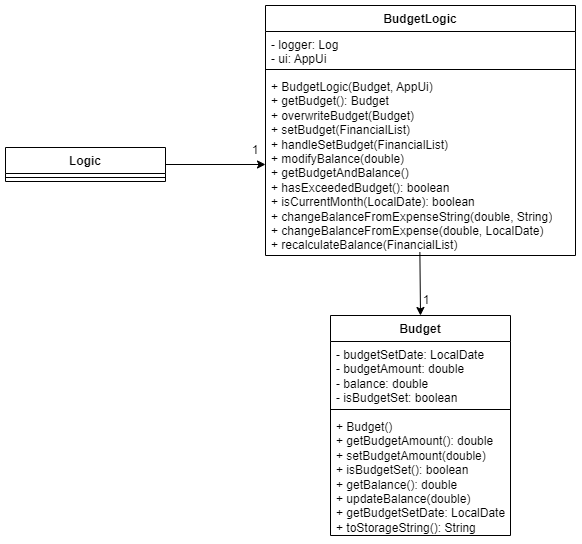
Before: docs/UML/Budget.png, a diagram exported from draw.io (nus-cs2113-AY2425S1/tp). Source tidied: cells renumbered, new cells last; positions are measured from the earlier drawing's top-left corner, leaving out a move shared by most shapes. Its diagram source:
```xml
<mxGraphModel>
  <root>
    <mxCell id="0" />
    <mxCell id="1" parent="0" />
    <mxCell id="2" value="Budget" style="swimlane;fontStyle=1;align=center;verticalAlign=top;horizontal=1;startSize=26;whiteSpace=wrap;html=1;" parent="1" vertex="1">
      <mxGeometry x="325" y="310" width="180" height="220" as="geometry" />
    </mxCell>
    <mxCell id="3" value="- budgetSetDate: LocalDate&lt;div&gt;- budgetAmount: double&lt;/div&gt;&lt;div&gt;- balance: double&lt;/div&gt;&lt;div&gt;- isBudgetSet: boolean&lt;br&gt;&lt;div&gt;&lt;br&gt;&lt;/div&gt;&lt;/div&gt;" style="text;strokeColor=none;fillColor=none;align=left;verticalAlign=top;spacingLeft=4;spacingRight=4;overflow=hidden;whiteSpace=wrap;html=1;" parent="2" vertex="1">
      <mxGeometry y="26" width="180" height="64" as="geometry" />
    </mxCell>
    <mxCell id="4" style="line;strokeWidth=1;fillColor=none;align=left;verticalAlign=middle;spacingTop=-1;spacingLeft=3;spacingRight=3;labelPosition=right;strokeColor=inherit;" parent="2" vertex="1">
      <mxGeometry y="90" width="180" height="8" as="geometry" />
    </mxCell>
    <mxCell id="5" value="+ Budget()&lt;div&gt;+ getBudgetAmount(): double&lt;/div&gt;&lt;div&gt;+ setBudgetAmount(double)&lt;/div&gt;&lt;div&gt;+ isBudgetSet(): boolean&lt;/div&gt;&lt;div&gt;+ getBalance(): double&lt;/div&gt;&lt;div&gt;+ updateBalance(double)&lt;/div&gt;&lt;div&gt;+ getBudgetSetDate: LocalDate&lt;/div&gt;&lt;div&gt;+ toStorageString(): String&lt;/div&gt;" style="text;strokeColor=none;fillColor=none;align=left;verticalAlign=top;spacingLeft=4;spacingRight=4;overflow=hidden;whiteSpace=wrap;html=1;" parent="2" vertex="1">
      <mxGeometry y="98" width="180" height="122" as="geometry" />
    </mxCell>
    <mxCell id="6" value="BudgetLogic" style="swimlane;fontStyle=1;align=center;verticalAlign=top;horizontal=1;startSize=26;whiteSpace=wrap;html=1;" parent="1" vertex="1">
      <mxGeometry x="260" width="310" height="250" as="geometry" />
    </mxCell>
    <mxCell id="7" value="- logger: Log&lt;div&gt;- ui: AppUi&lt;/div&gt;" style="text;strokeColor=none;fillColor=none;align=left;verticalAlign=top;spacingLeft=4;spacingRight=4;overflow=hidden;whiteSpace=wrap;html=1;" parent="6" vertex="1">
      <mxGeometry y="26" width="310" height="34" as="geometry" />
    </mxCell>
    <mxCell id="8" style="line;strokeWidth=1;fillColor=none;align=left;verticalAlign=middle;spacingTop=-1;spacingLeft=3;spacingRight=3;labelPosition=right;strokeColor=inherit;" parent="6" vertex="1">
      <mxGeometry y="60" width="310" height="8" as="geometry" />
    </mxCell>
    <mxCell id="9" value="+ BudgetLogic(Budget, AppUi)&lt;div&gt;+ getBudget(): Budget&lt;br&gt;&lt;div&gt;+ overwriteBudget(Budget)&lt;/div&gt;&lt;div&gt;+ setBudget(FinancialList)&lt;/div&gt;&lt;div&gt;+ handleSetBudget(FinancialList)&lt;/div&gt;&lt;/div&gt;&lt;div&gt;+ modifyBalance(double)&lt;/div&gt;&lt;div&gt;+ getBudgetAndBalance()&lt;/div&gt;&lt;div&gt;+ hasExceededBudget(): boolean&lt;/div&gt;&lt;div&gt;+ isCurrentMonth(LocalDate): boolean&lt;/div&gt;&lt;div&gt;+ changeBalanceFromExpenseString(double, String)&lt;/div&gt;&lt;div&gt;+ changeBalanceFromExpense(double, LocalDate)&lt;/div&gt;&lt;div&gt;+ recalculateBalance(FinancialList)&lt;/div&gt;&lt;div&gt;&lt;br&gt;&lt;/div&gt;" style="text;strokeColor=none;fillColor=none;align=left;verticalAlign=top;spacingLeft=4;spacingRight=4;overflow=hidden;points=[[0,0.5],[1,0.5]];portConstraint=eastwest;whiteSpace=wrap;html=1;" parent="6" vertex="1">
      <mxGeometry y="68" width="310" height="182" as="geometry" />
    </mxCell>
    <mxCell id="10" style="endArrow=classic;html=1;rounded=0;exitX=0.498;exitY=0.982;exitDx=0;exitDy=0;exitPerimeter=0;entryX=0.5;entryY=0;entryDx=0;entryDy=0;" parent="1" edge="1" source="9" target="2">
      <mxGeometry relative="1" as="geometry" />
    </mxCell>
    <mxCell id="11" value="1" style="text;html=1;align=center;verticalAlign=middle;whiteSpace=wrap;rounded=0;" parent="1" vertex="1">
      <mxGeometry x="391" y="280" width="60" height="30" as="geometry" />
    </mxCell>
    <mxCell id="12" value="Logic" style="swimlane;fontStyle=1;align=center;verticalAlign=top;horizontal=1;startSize=26;whiteSpace=wrap;html=1;" parent="1" vertex="1">
      <mxGeometry y="142" width="160" height="34" as="geometry" />
    </mxCell>
    <mxCell id="13" style="line;strokeWidth=1;fillColor=none;align=left;verticalAlign=middle;spacingTop=-1;spacingLeft=3;spacingRight=3;labelPosition=right;strokeColor=inherit;" parent="12" vertex="1">
      <mxGeometry y="26" width="160" height="8" as="geometry" />
    </mxCell>
    <mxCell id="14" style="edgeStyle=orthogonalEdgeStyle;rounded=0;jettySize=auto;html=1;exitX=1;exitY=0.5;exitDx=0;exitDy=0;entryX=0;entryY=0.5;entryDx=0;entryDy=0;" parent="1" edge="1" source="12" target="9">
      <mxGeometry relative="1" as="geometry" />
    </mxCell>
    <mxCell id="15" value="1" style="text;html=1;align=center;verticalAlign=middle;whiteSpace=wrap;rounded=0;" parent="1" vertex="1">
      <mxGeometry x="220" y="130" width="60" height="30" as="geometry" />
    </mxCell>
  </root>
</mxGraphModel>
```
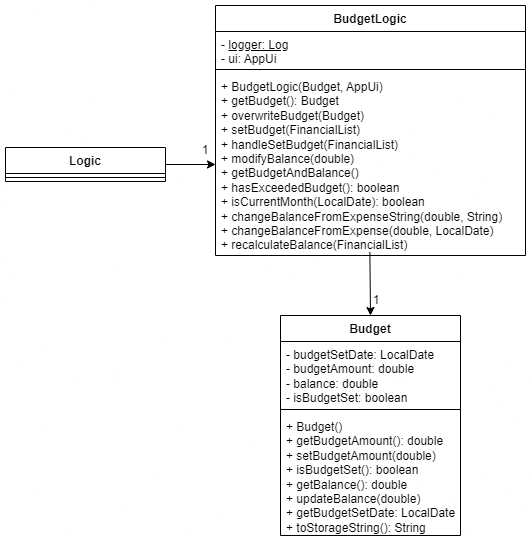
Above is the later version.

The edit, as a diff of the source:
```diff
@@ -17,7 +17,7 @@
     <mxCell id="6" value="BudgetLogic" style="swimlane;fontStyle=1;align=center;verticalAlign=top;horizontal=1;startSize=26;whiteSpace=wrap;html=1;" parent="1" vertex="1">
       <mxGeometry x="260" width="310" height="250" as="geometry" />
     </mxCell>
-    <mxCell id="7" value="- logger: Log&lt;div&gt;- ui: AppUi&lt;/div&gt;" style="text;strokeColor=none;fillColor=none;align=left;verticalAlign=top;spacingLeft=4;spacingRight=4;overflow=hidden;whiteSpace=wrap;html=1;" parent="6" vertex="1">
+    <mxCell id="7" value="- &lt;u&gt;logger: Log&lt;/u&gt;&lt;div&gt;- ui: AppUi&lt;/div&gt;" style="text;strokeColor=none;fillColor=none;align=left;verticalAlign=top;spacingLeft=4;spacingRight=4;overflow=hidden;whiteSpace=wrap;html=1;" parent="6" vertex="1">
       <mxGeometry y="26" width="310" height="34" as="geometry" />
     </mxCell>
     <mxCell id="8" style="line;strokeWidth=1;fillColor=none;align=left;verticalAlign=middle;spacingTop=-1;spacingLeft=3;spacingRight=3;labelPosition=right;strokeColor=inherit;" parent="6" vertex="1">
@@ -33,7 +33,7 @@
       <mxGeometry x="391" y="280" width="60" height="30" as="geometry" />
     </mxCell>
     <mxCell id="12" value="Logic" style="swimlane;fontStyle=1;align=center;verticalAlign=top;horizontal=1;startSize=26;whiteSpace=wrap;html=1;" parent="1" vertex="1">
-      <mxGeometry y="142" width="160" height="34" as="geometry" />
+      <mxGeometry x="50" y="142" width="160" height="34" as="geometry" />
     </mxCell>
     <mxCell id="13" style="line;strokeWidth=1;fillColor=none;align=left;verticalAlign=middle;spacingTop=-1;spacingLeft=3;spacingRight=3;labelPosition=right;strokeColor=inherit;" parent="12" vertex="1">
       <mxGeometry y="26" width="160" height="8" as="geometry" />
```
